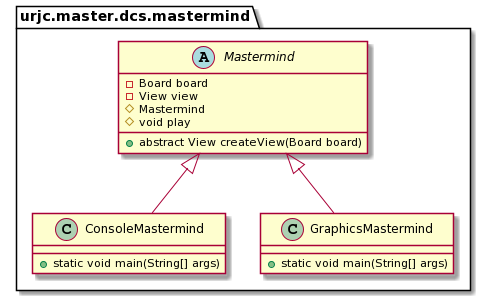
Before: mastermind_factoryMethod_uml.png, a diagram exported from PlantUML (EnriqueCF/MasterMind). The source it was exported from:
```plantuml
@startuml
abstract class urjc.master.dcs.mastermind.Mastermind {
- Board board
- View view
# Mastermind
# void play
    + abstract View createView(Board board)
}

class urjc.master.dcs.mastermind.ConsoleMastermind extends urjc.master.dcs.mastermind.Mastermind{
    + static void main(String[] args)
}

class urjc.master.dcs.mastermind.GraphicsMastermind extends urjc.master.dcs.mastermind.Mastermind{
    + static void main(String[] args)
}
@enduml
```
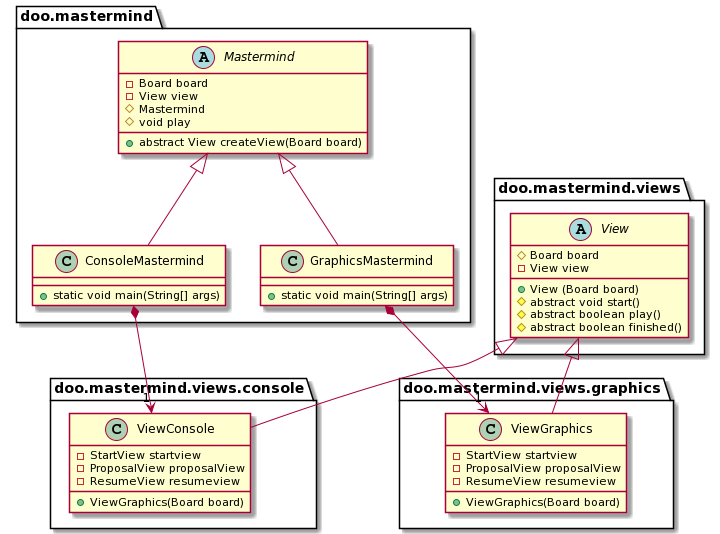
Later version of the same file.

Change to the diagram source:
```diff
@@ -1,5 +1,5 @@
 @startuml
-abstract class urjc.master.dcs.mastermind.Mastermind {
+abstract class doo.mastermind.Mastermind {
 - Board board
 - View view
 # Mastermind
@@ -7,11 +7,38 @@
     + abstract View createView(Board board)
 }
 
-class urjc.master.dcs.mastermind.ConsoleMastermind extends urjc.master.dcs.mastermind.Mastermind{
+class doo.mastermind.ConsoleMastermind extends doo.mastermind.Mastermind{
     + static void main(String[] args)
 }
 
-class urjc.master.dcs.mastermind.GraphicsMastermind extends urjc.master.dcs.mastermind.Mastermind{
+class doo.mastermind.GraphicsMastermind extends doo.mastermind.Mastermind{
     + static void main(String[] args)
 }
+
+abstract class doo.mastermind.views.View {
+# Board board
+- View view
++ View (Board board)
+# abstract void start()
+# abstract boolean play()
+# abstract boolean finished()
+}
+
+class doo.mastermind.views.graphics.ViewGraphics extends doo.mastermind.views.View{
+    - StartView startview
+- ProposalView proposalView
+- ResumeView resumeview
++ ViewGraphics(Board board)
+}
+
+class doo.mastermind.views.console.ViewConsole extends doo.mastermind.views.View{
+        - StartView startview
+- ProposalView proposalView
+- ResumeView resumeview
++ ViewGraphics(Board board)
+}
+
+
+ doo.mastermind.GraphicsMastermind *--> "1" doo.mastermind.views.graphics.ViewGraphics
+doo.mastermind.ConsoleMastermind *--> "1" doo.mastermind.views.console.ViewConsole
 @enduml
```
